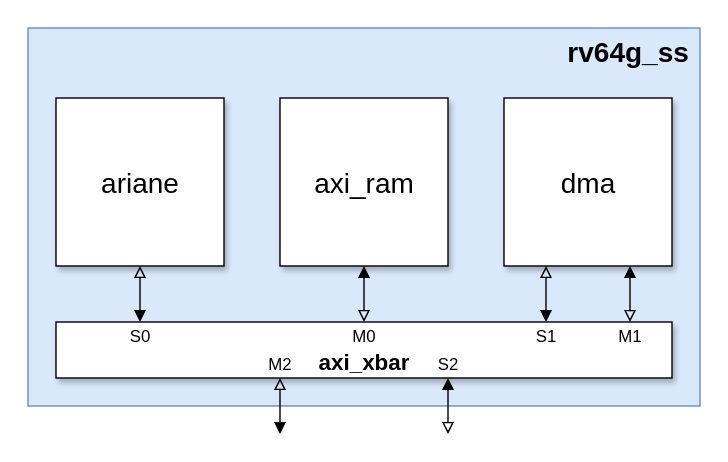
This is document/svg/rv64g_ss.drawio.svg from TecknozBD/Hyper-Titan, a draw.io export, as it was before one commit. Source tidied: cells renumbered, new cells last; positions are measured from the earlier drawing's top-left corner, leaving out a move shared by most shapes.
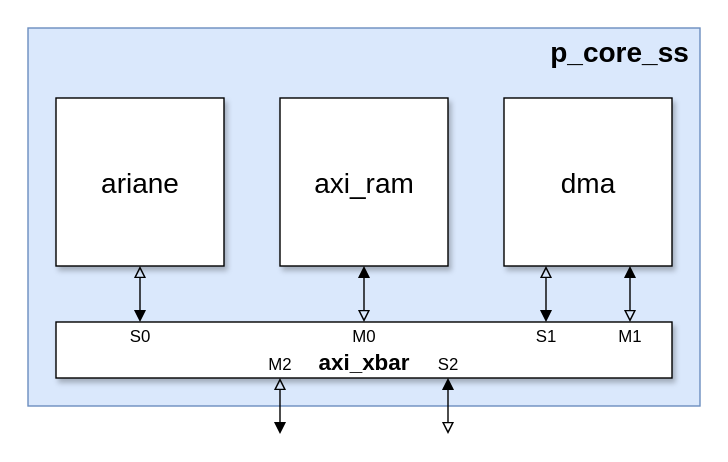
After the commit.

Change to the diagram source:
```diff
@@ -5,7 +5,7 @@
     <mxCell id="2" style="rounded=0;whiteSpace=wrap;html=1;fontFamily=Helvetica;fontSize=11;fontColor=default;labelBackgroundColor=default;fillColor=default;strokeColor=none;" parent="1" vertex="1">
       <mxGeometry width="520" height="330" as="geometry" />
     </mxCell>
-    <mxCell id="3" value="rv64g_ss" style="rounded=0;whiteSpace=wrap;html=1;fontFamily=Helvetica;fontSize=20;labelBackgroundColor=none;fillColor=#dae8fc;strokeColor=#6c8ebf;align=right;verticalAlign=top;fontStyle=1;spacing=0;spacingRight=8;" parent="1" vertex="1">
+    <mxCell id="3" value="p_core_ss" style="rounded=0;whiteSpace=wrap;html=1;fontFamily=Helvetica;fontSize=20;labelBackgroundColor=none;fillColor=#dae8fc;strokeColor=#6c8ebf;align=right;verticalAlign=top;fontStyle=1;spacing=0;spacingRight=8;" parent="1" vertex="1">
       <mxGeometry x="20" y="20" width="480" height="270" as="geometry" />
     </mxCell>
     <mxCell id="4" value="ariane" style="rounded=0;whiteSpace=wrap;html=1;fontStyle=0;fontSize=20;shadow=1;" parent="1" vertex="1">
```
